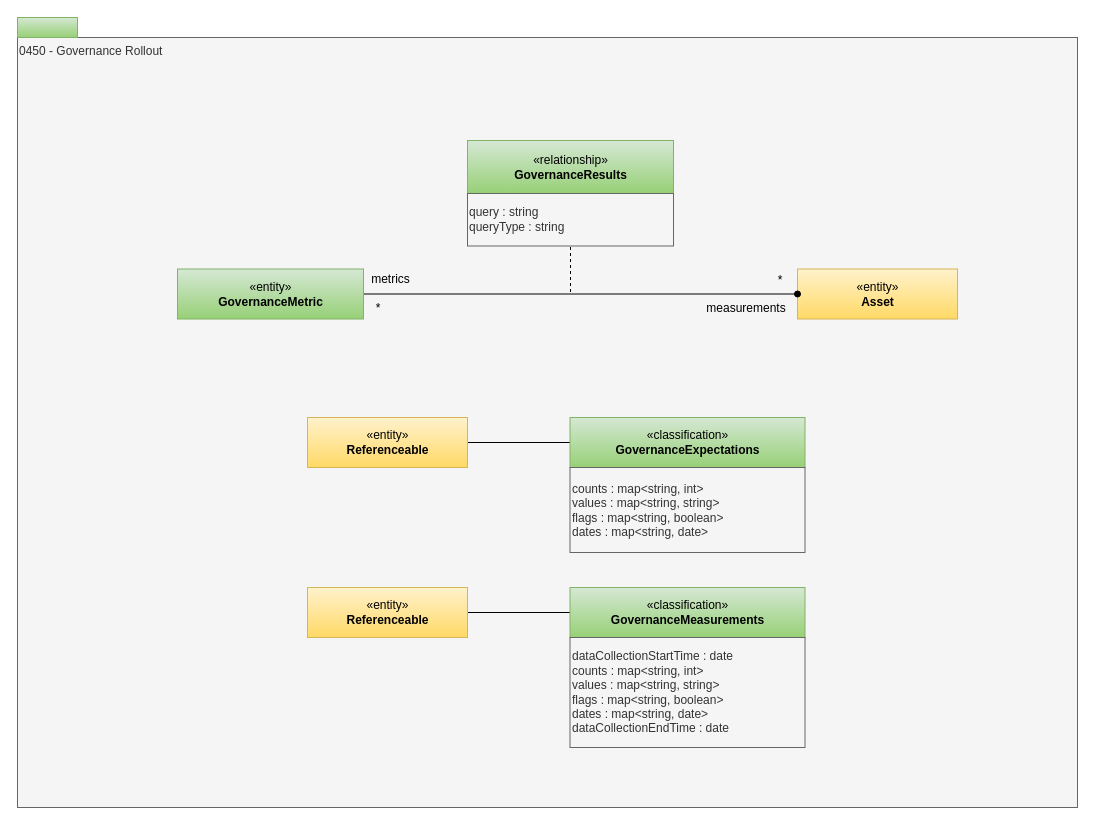
The draw.io diagram page "0450-Governance-Rollout" (16 of 30) of site/docs/types/4/area-4-governance.drawio in odpi/egeria-docs, before the edit. Source tidied: cells renumbered, new cells numbered last; positions are measured from the earlier drawing's top-left corner, leaving out a move shared by most shapes. Both pictures are drawn from the tidied source at 100%, with x=0, y=0 at pixel (17, 17).
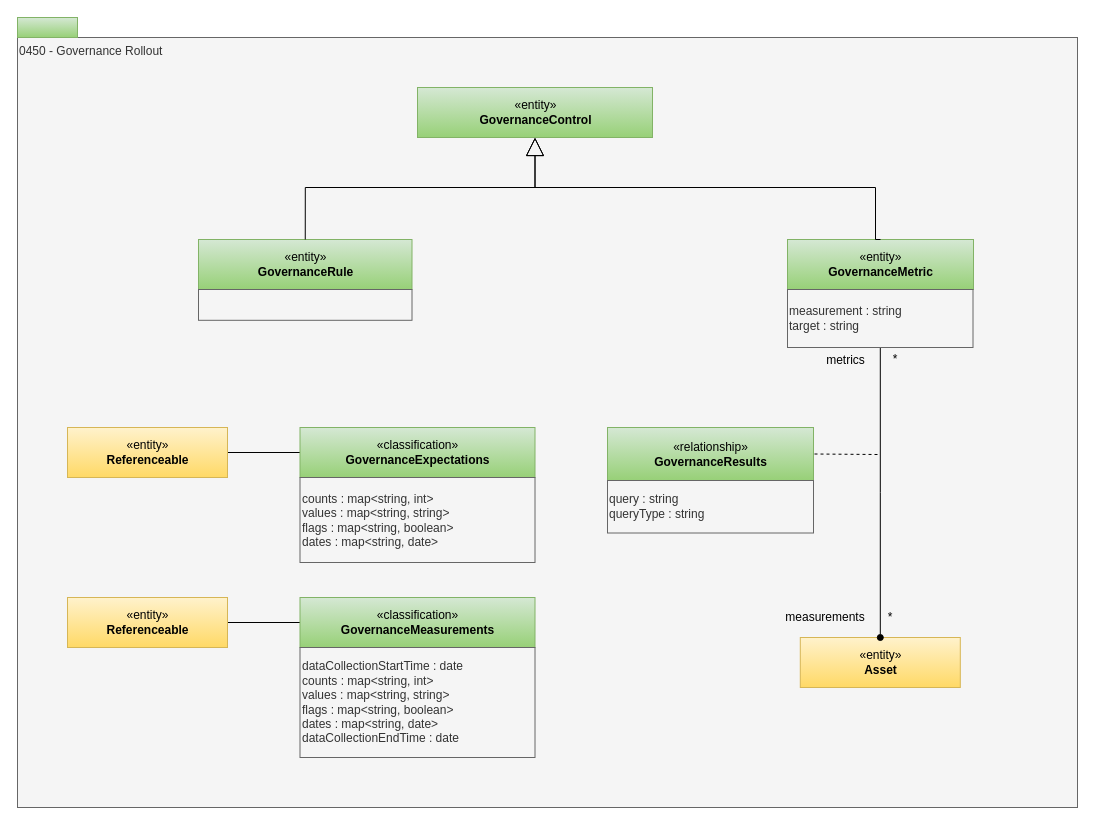
The same page after the edit.

What changed in the source:
```diff
@@
     <mxCell id="3" value="«entity»&lt;br&gt;&lt;b&gt;Asset&lt;/b&gt;" style="html=1;strokeColor=#d6b656;align=center;fillColor=#fff2cc;gradientColor=#ffd966;" parent="1" vertex="1">
-      <mxGeometry x="780" y="251.5" width="160" height="50" as="geometry" />
+      <mxGeometry x="782.8" y="620" width="160" height="50" as="geometry" />
     </mxCell>
     <mxCell id="4" value="*" style="text;html=1;strokeColor=none;fillColor=none;align=center;verticalAlign=middle;whiteSpace=wrap;rounded=0;" parent="1" vertex="1">
-      <mxGeometry x="348" y="281.5" width="26" height="18" as="geometry" />
+      <mxGeometry x="865" y="333" width="26" height="18" as="geometry" />
     </mxCell>
     <mxCell id="5" value="«relationship»&lt;br&gt;&lt;b&gt;GovernanceResults&lt;/b&gt;" style="html=1;strokeColor=#82b366;align=center;fillColor=#d5e8d4;gradientColor=#97d077;" parent="1" vertex="1">
-      <mxGeometry x="450" y="123" width="206" height="53" as="geometry" />
+      <mxGeometry x="590" y="410" width="206" height="53" as="geometry" />
     </mxCell>
-    <mxCell id="6" style="endArrow=none;dashed=1;html=1;entryX=0.5;entryY=1;entryDx=0;entryDy=0;" parent="1" edge="1" target="7">
+    <mxCell id="6" style="endArrow=none;dashed=1;html=1;entryX=1;entryY=0.5;entryDx=0;entryDy=0;" parent="1" edge="1" target="5">
       <mxGeometry relative="1" as="geometry">
-        <mxPoint x="553" y="274.5" as="sourcePoint" />
+        <mxPoint x="860" y="437" as="sourcePoint" />
       </mxGeometry>
     </mxCell>
     <mxCell id="7" value="query : string&lt;div&gt;queryType : string&lt;/div&gt;" style="rounded=0;whiteSpace=wrap;html=1;strokeColor=#666666;align=left;fillColor=#f5f5f5;fontColor=#333333;" parent="1" vertex="1">
-      <mxGeometry x="450" y="176" width="206" height="52.5" as="geometry" />
+      <mxGeometry x="590" y="463" width="206" height="52.5" as="geometry" />
     </mxCell>
     <mxCell id="8" value="metrics" style="text;html=1;strokeColor=none;fillColor=none;align=center;verticalAlign=middle;whiteSpace=wrap;rounded=0;" parent="1" vertex="1">
-      <mxGeometry x="341" y="251.5" width="65" height="20" as="geometry" />
+      <mxGeometry x="795.5" y="333" width="65" height="20" as="geometry" />
     </mxCell>
     <mxCell id="9" value="measurements" style="text;html=1;strokeColor=none;fillColor=none;align=center;verticalAlign=middle;whiteSpace=wrap;rounded=0;" parent="1" vertex="1">
-      <mxGeometry x="680.5" y="280.5" width="95.5" height="20" as="geometry" />
+      <mxGeometry x="760" y="590" width="95.5" height="20" as="geometry" />
     </mxCell>
     <mxCell id="10" value="*" style="text;html=1;strokeColor=none;fillColor=none;align=center;verticalAlign=middle;whiteSpace=wrap;rounded=0;" parent="1" vertex="1">
-      <mxGeometry x="750" y="253.5" width="26" height="18" as="geometry" />
+      <mxGeometry x="860" y="591" width="26" height="18" as="geometry" />
     </mxCell>
@@
     <mxCell id="12" value="«classification»&lt;br&gt;&lt;b&gt;GovernanceMeasurements&lt;/b&gt;" style="html=1;strokeColor=#82b366;align=center;fillColor=#d5e8d4;gradientColor=#97d077;" parent="1" vertex="1">
-      <mxGeometry x="552.5" y="570" width="235" height="50" as="geometry" />
+      <mxGeometry x="282.5" y="580" width="235" height="50" as="geometry" />
     </mxCell>
     <mxCell id="13" value="dataCollectionStartTime : date&lt;div&gt;counts : map&amp;lt;string, int&amp;gt;&lt;br&gt;values : map&amp;lt;string, string&amp;gt;&lt;br&gt;flags : map&amp;lt;string, boolean&amp;gt;&lt;div&gt;&lt;/div&gt;&lt;div&gt;dates : map&amp;lt;string, date&amp;gt;&lt;/div&gt;&lt;div style=&quot;text-align: left&quot;&gt;&lt;/div&gt;&lt;/div&gt;&lt;div&gt;dataCollectionEndTime : date&lt;/div&gt;" style="rounded=0;whiteSpace=wrap;html=1;strokeColor=#666666;align=left;fillColor=#f5f5f5;fontColor=#333333;" parent="1" vertex="1">
-      <mxGeometry x="552.5" y="620" width="235" height="110" as="geometry" />
+      <mxGeometry x="282.5" y="630" width="235" height="110" as="geometry" />
     </mxCell>
     <mxCell id="14" value="«entity»&lt;br&gt;&lt;b&gt;Referenceable&lt;/b&gt;" style="html=1;strokeColor=#d6b656;align=center;fillColor=#fff2cc;gradientColor=#ffd966;" parent="1" vertex="1">
-      <mxGeometry x="290" y="570" width="160" height="50" as="geometry" />
+      <mxGeometry x="50" y="580" width="160" height="50" as="geometry" />
     </mxCell>
@@
     <mxCell id="16" value="«classification»&lt;br&gt;&lt;b&gt;GovernanceExpectations&lt;/b&gt;" style="html=1;strokeColor=#82b366;align=center;fillColor=#d5e8d4;gradientColor=#97d077;" parent="1" vertex="1">
-      <mxGeometry x="552.5" y="400" width="235" height="50" as="geometry" />
+      <mxGeometry x="282.5" y="410" width="235" height="50" as="geometry" />
     </mxCell>
     <mxCell id="17" value="counts : map&amp;lt;string, int&amp;gt;&lt;br&gt;values : map&amp;lt;string, string&amp;gt;&lt;br&gt;flags : map&amp;lt;string, boolean&amp;gt;&lt;div style=&quot;text-align: left&quot;&gt;&lt;/div&gt;&lt;div&gt;dates : map&amp;lt;string, date&amp;gt;&lt;/div&gt;" style="rounded=0;whiteSpace=wrap;html=1;strokeColor=#666666;align=left;fillColor=#f5f5f5;fontColor=#333333;" parent="1" vertex="1">
-      <mxGeometry x="552.5" y="450" width="235" height="85" as="geometry" />
+      <mxGeometry x="282.5" y="460" width="235" height="85" as="geometry" />
     </mxCell>
     <mxCell id="18" value="«entity»&lt;br&gt;&lt;b&gt;Referenceable&lt;/b&gt;" style="html=1;strokeColor=#d6b656;align=center;fillColor=#fff2cc;gradientColor=#ffd966;" parent="1" vertex="1">
-      <mxGeometry x="290" y="400" width="160" height="50" as="geometry" />
+      <mxGeometry x="50" y="410" width="160" height="50" as="geometry" />
     </mxCell>
@@
-    <mxCell id="20" style="edgeStyle=orthogonalEdgeStyle;rounded=0;html=1;entryX=1;entryY=0.5;jettySize=auto;endArrow=none;endFill=0;startArrow=oval;startFill=1;entryDx=0;entryDy=0;" parent="1" edge="1" source="3" target="21">
+    <mxCell id="20" style="edgeStyle=orthogonalEdgeStyle;rounded=0;html=1;jettySize=auto;endArrow=none;endFill=0;startArrow=oval;startFill=1;exitX=0.5;exitY=0;exitDx=0;exitDy=0;" parent="1" edge="1" source="3" target="24">
       <mxGeometry relative="1" as="geometry" />
     </mxCell>
     <mxCell id="21" value="«entity»&lt;br&gt;&lt;b&gt;GovernanceMetric&lt;/b&gt;" style="html=1;strokeColor=#82b366;align=center;fillColor=#d5e8d4;gradientColor=#97d077;" parent="1" vertex="1">
-      <mxGeometry x="160" y="251.5" width="186" height="50" as="geometry" />
+      <mxGeometry x="770" y="222" width="186" height="50" as="geometry" />
     </mxCell>
+    <mxCell id="22" value="«entity»&lt;br&gt;&lt;b&gt;GovernanceControl&lt;/b&gt;" style="html=1;strokeColor=#82b366;align=center;fillColor=#d5e8d4;gradientColor=#97d077;" parent="1" vertex="1">
+      <mxGeometry x="400" y="70" width="235" height="50" as="geometry" />
+    </mxCell>
+    <mxCell id="23" style="edgeStyle=orthogonalEdgeStyle;rounded=0;jettySize=auto;html=1;exitX=0.5;exitY=0;exitDx=0;exitDy=0;entryX=0.5;entryY=1;entryDx=0;entryDy=0;endArrow=block;endFill=0;endSize=16;strokeWidth=1;" parent="1" edge="1" source="21" target="22">
+      <mxGeometry relative="1" as="geometry">
+        <Array as="points">
+          <mxPoint x="858" y="170" />
+          <mxPoint x="518" y="170" />
+        </Array>
+      </mxGeometry>
+    </mxCell>
+    <mxCell id="24" value="&lt;span&gt;measurement : string&lt;/span&gt;&lt;br&gt;&lt;span&gt;target : string&lt;/span&gt;&lt;span&gt;&lt;br&gt;&lt;/span&gt;" style="rounded=0;whiteSpace=wrap;html=1;strokeColor=#666666;align=left;fillColor=#f5f5f5;fontColor=#333333;" parent="1" vertex="1">
+      <mxGeometry x="770" y="272" width="185.5" height="58" as="geometry" />
+    </mxCell>
+    <mxCell id="25" value="«entity»&lt;br&gt;&lt;b&gt;GovernanceRule&lt;/b&gt;" style="html=1;strokeColor=#82b366;align=center;fillColor=#d5e8d4;gradientColor=#97d077;" parent="1" vertex="1">
+      <mxGeometry x="181" y="222" width="213.5" height="50" as="geometry" />
+    </mxCell>
+    <mxCell id="26" style="rounded=0;whiteSpace=wrap;html=1;strokeColor=#666666;align=left;fillColor=#f5f5f5;fontColor=#333333;" parent="1" vertex="1">
+      <mxGeometry x="181" y="272" width="213.5" height="30.8" as="geometry" />
+    </mxCell>
+    <mxCell id="27" style="edgeStyle=orthogonalEdgeStyle;rounded=0;jettySize=auto;html=1;exitX=0.5;exitY=0;exitDx=0;exitDy=0;endArrow=block;endFill=0;endSize=16;strokeWidth=1;entryX=0.5;entryY=1;entryDx=0;entryDy=0;" parent="1" edge="1" source="25" target="22">
+      <mxGeometry relative="1" as="geometry">
+        <Array as="points">
+          <mxPoint x="288" y="222" />
+          <mxPoint x="288" y="170" />
+          <mxPoint x="518" y="170" />
+        </Array>
+      </mxGeometry>
+    </mxCell>
```
